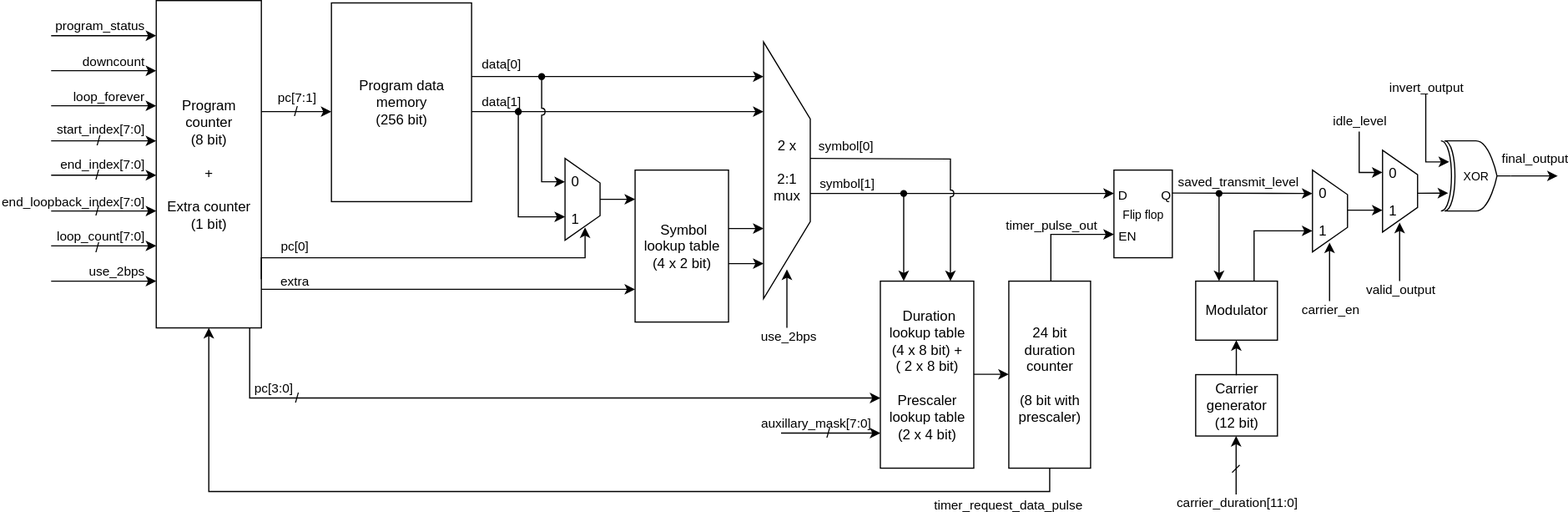
The draw.io diagram docs/user_peripherals/11_pulse_transmitter_architecture.drawio.svg in MichaelBell/ttihp25b-tinyQV, before a commit. Source tidied: cells renumbered, new cells last; positions are measured from the earlier drawing's top-left corner, leaving out a move shared by most shapes.
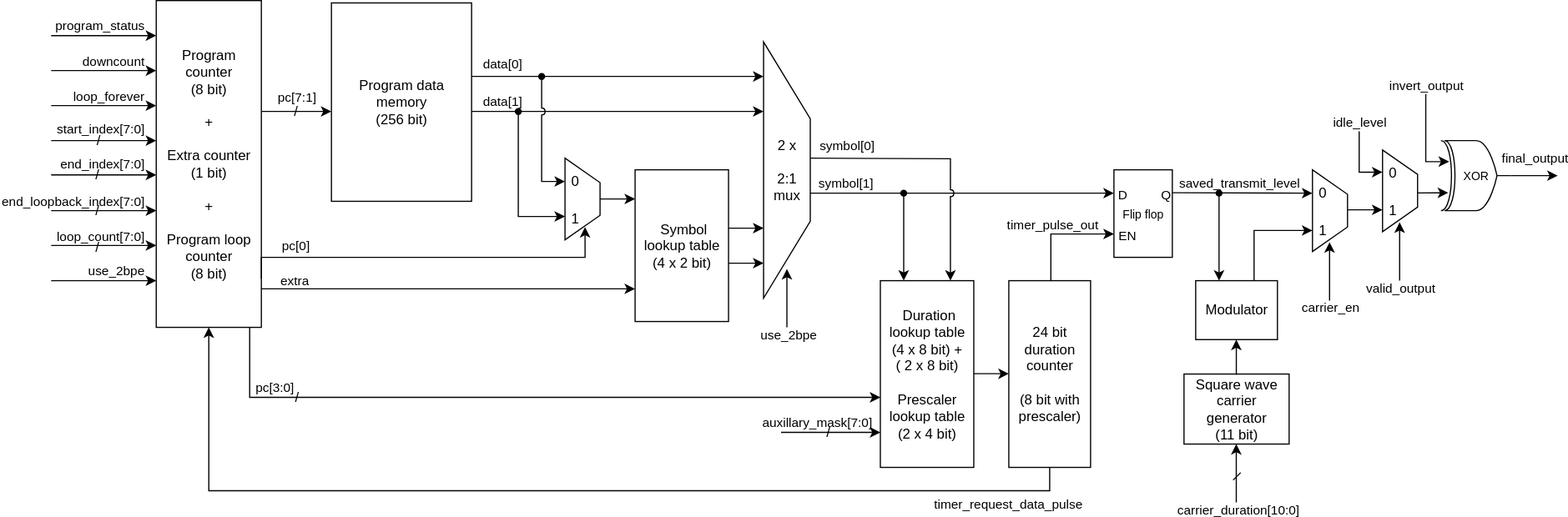
Above is the later version.

Commit message:
Update pulse transmitter.

Change to the diagram source:
```diff
@@ -13,7 +13,7 @@
         <mxPoint x="34" y="-8" as="offset" />
       </mxGeometry>
     </mxCell>
-    <mxCell id="4" value="Program counter&lt;br&gt;(8 bit)&lt;br&gt;&lt;br&gt;+&lt;div&gt;&lt;br&gt;&lt;/div&gt;&lt;div&gt;Extra counter&lt;/div&gt;&lt;div&gt;&lt;span style=&quot;background-color: transparent; color: light-dark(rgb(0, 0, 0), rgb(255, 255, 255));&quot;&gt;(1 bit)&lt;/span&gt;&lt;/div&gt;" style="rounded=0;whiteSpace=wrap;html=1;fillColor=none;" parent="1" vertex="1">
+    <mxCell id="4" value="Program counter&lt;br&gt;(8 bit)&lt;br&gt;&lt;br&gt;+&lt;div&gt;&lt;br&gt;&lt;/div&gt;&lt;div&gt;Extra counter&lt;/div&gt;&lt;div&gt;&lt;span style=&quot;background-color: transparent; color: light-dark(rgb(0, 0, 0), rgb(255, 255, 255));&quot;&gt;(1 bit)&lt;/span&gt;&lt;/div&gt;&lt;div&gt;&lt;span style=&quot;background-color: transparent; color: light-dark(rgb(0, 0, 0), rgb(255, 255, 255));&quot;&gt;&lt;br&gt;&lt;/span&gt;&lt;/div&gt;&lt;div&gt;&lt;span style=&quot;background-color: transparent; color: light-dark(rgb(0, 0, 0), rgb(255, 255, 255));&quot;&gt;+&lt;/span&gt;&lt;/div&gt;&lt;div&gt;&lt;span style=&quot;background-color: transparent; color: light-dark(rgb(0, 0, 0), rgb(255, 255, 255));&quot;&gt;&lt;br&gt;&lt;/span&gt;&lt;/div&gt;&lt;div&gt;&lt;span style=&quot;background-color: transparent; color: light-dark(rgb(0, 0, 0), rgb(255, 255, 255));&quot;&gt;Program loop counter&lt;/span&gt;&lt;/div&gt;&lt;div&gt;&lt;span style=&quot;background-color: transparent; color: light-dark(rgb(0, 0, 0), rgb(255, 255, 255));&quot;&gt;(8 bit)&lt;/span&gt;&lt;/div&gt;" style="rounded=0;whiteSpace=wrap;html=1;fillColor=none;" parent="1" vertex="1">
       <mxGeometry x="90" width="90" height="280" as="geometry" />
     </mxCell>
     <mxCell id="5" style="rounded=0;orthogonalLoop=1;jettySize=auto;html=1;endArrow=none;endFill=0;startArrow=classic;startFill=1;" parent="1" edge="1">
@@ -77,7 +77,7 @@
         <mxPoint y="240" as="targetPoint" />
       </mxGeometry>
     </mxCell>
-    <mxCell id="16" value="use_2bps" style="edgeLabel;html=1;align=right;verticalAlign=middle;labelBackgroundColor=none;" parent="15" vertex="1">
+    <mxCell id="16" value="use_2bpe" style="edgeLabel;html=1;align=right;verticalAlign=middle;labelBackgroundColor=none;" parent="15" vertex="1">
       <mxGeometry x="-0.02" y="-2" relative="1" as="geometry">
         <mxPoint x="34" y="-8" as="offset" />
       </mxGeometry>
@@ -111,7 +111,7 @@
         <mxPoint x="30" y="205" as="targetPoint" />
       </mxGeometry>
     </mxCell>
-    <mxCell id="24" value="use_2bps" style="edgeLabel;html=1;align=center;verticalAlign=middle;labelBackgroundColor=none;" parent="23" vertex="1">
+    <mxCell id="24" value="use_2bpe" style="edgeLabel;html=1;align=center;verticalAlign=middle;labelBackgroundColor=none;" parent="23" vertex="1">
       <mxGeometry x="0.17" y="-1" relative="1" as="geometry">
         <mxPoint x="-1" y="35" as="offset" />
       </mxGeometry>
@@ -351,8 +351,8 @@
     <mxCell id="71" value="Modulator" style="rounded=0;whiteSpace=wrap;html=1;fillColor=none;" parent="1" vertex="1">
       <mxGeometry x="980" y="240" width="70" height="50.5" as="geometry" />
     </mxCell>
-    <mxCell id="72" value="Carrier generator&lt;div&gt;(12 bit)&lt;/div&gt;" style="rounded=0;whiteSpace=wrap;html=1;fillColor=none;" parent="1" vertex="1">
-      <mxGeometry x="980" y="320" width="70" height="52.5" as="geometry" />
+    <mxCell id="72" value="Square wave carrier generator&lt;div&gt;(11 bit)&lt;/div&gt;" style="rounded=0;whiteSpace=wrap;html=1;fillColor=none;" parent="1" vertex="1">
+      <mxGeometry x="970" y="320" width="90" height="60" as="geometry" />
     </mxCell>
     <mxCell id="73" style="rounded=0;orthogonalLoop=1;jettySize=auto;html=1;jumpStyle=arc;" parent="1" edge="1">
       <mxGeometry relative="1" as="geometry">
@@ -412,11 +412,11 @@
     </mxCell>
     <mxCell id="84" style="edgeStyle=none;rounded=0;orthogonalLoop=1;jettySize=auto;html=1;" parent="1" edge="1">
       <mxGeometry relative="1" as="geometry">
-        <mxPoint x="1014.6" y="422.5" as="sourcePoint" />
-        <mxPoint x="1014.6" y="372.5" as="targetPoint" />
+        <mxPoint x="1014.8" y="430" as="sourcePoint" />
+        <mxPoint x="1014.8" y="380" as="targetPoint" />
       </mxGeometry>
     </mxCell>
-    <mxCell id="85" value="carrier_duration[11:0]" style="edgeLabel;html=1;align=center;verticalAlign=middle;labelBackgroundColor=none;" parent="84" vertex="1">
+    <mxCell id="85" value="carrier_duration[10:0]" style="edgeLabel;html=1;align=center;verticalAlign=middle;labelBackgroundColor=none;" parent="84" vertex="1">
       <mxGeometry x="0.17" y="-1" relative="1" as="geometry">
         <mxPoint x="-1" y="35" as="offset" />
       </mxGeometry>
@@ -448,7 +448,7 @@
       <mxGeometry x="660" y="362" width="11.1" height="15" as="geometry" />
     </mxCell>
     <mxCell id="93" value="/" style="text;html=1;align=center;verticalAlign=middle;whiteSpace=wrap;rounded=0;rotation=30;" parent="1" vertex="1">
-      <mxGeometry x="1009.4" y="393" width="11.1" height="15" as="geometry" />
+      <mxGeometry x="1010" y="400" width="11.1" height="15" as="geometry" />
     </mxCell>
     <mxCell id="94" style="group;" parent="1" vertex="1">
       <mxGeometry x="1140" y="128" width="30" height="112" as="geometry" />
```
